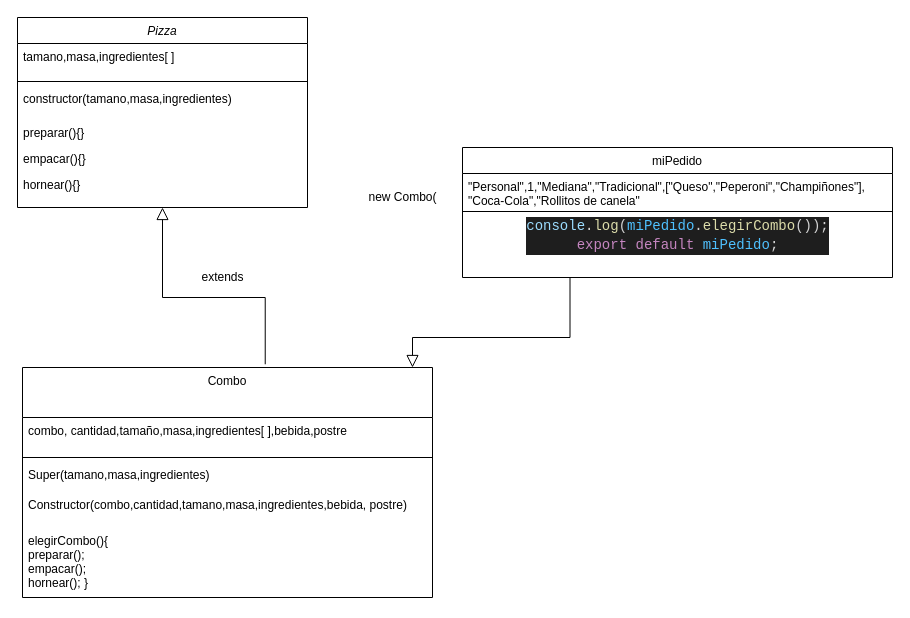
The draw.io diagram Diagrama sin título.drawio in juanperezu/clase2_FBM, before the edit. Source tidied: cells renumbered, new cells numbered last; positions are measured from the earlier drawing's top-left corner, leaving out a move shared by most shapes. Both pictures are drawn from the tidied source at 100%, with x=0, y=0 at pixel (17, 17).
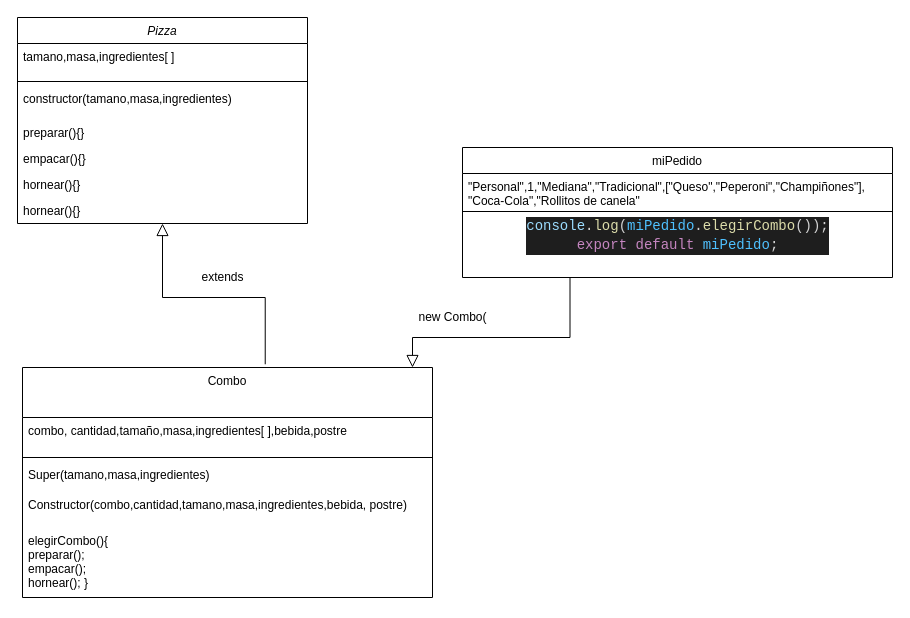
After the change.

The edit, as a diff of the source:
```diff
@@
     <mxCell id="3" value="new Combo(" style="text;html=1;align=center;verticalAlign=middle;" parent="1" vertex="1">
-      <mxGeometry x="345" y="170" width="80" height="20" as="geometry" />
+      <mxGeometry x="395" y="290" width="80" height="20" as="geometry" />
     </mxCell>
@@
     <mxCell id="5" value="Pizza" style="swimlane;fontStyle=2;align=center;verticalAlign=top;horizontal=1;startSize=26;rounded=0;shadow=0;strokeWidth=1;" parent="1" vertex="1">
-      <mxGeometry width="290" height="190" as="geometry" />
+      <mxGeometry width="290" height="206" as="geometry" />
     </mxCell>
@@
+    <mxCell id="23" value="hornear(){}" style="text;align=left;verticalAlign=top;spacingLeft=4;spacingRight=4;overflow=hidden;" parent="5" vertex="1">
+      <mxGeometry y="154" width="290" height="26" as="geometry" />
+    </mxCell>
     <mxCell id="11" value="hornear(){}" style="text;align=left;verticalAlign=top;spacingLeft=4;spacingRight=4;overflow=hidden;" parent="5" vertex="1">
-      <mxGeometry y="154" width="290" height="26" as="geometry" />
+      <mxGeometry y="180" width="290" height="26" as="geometry" />
     </mxCell>
```
